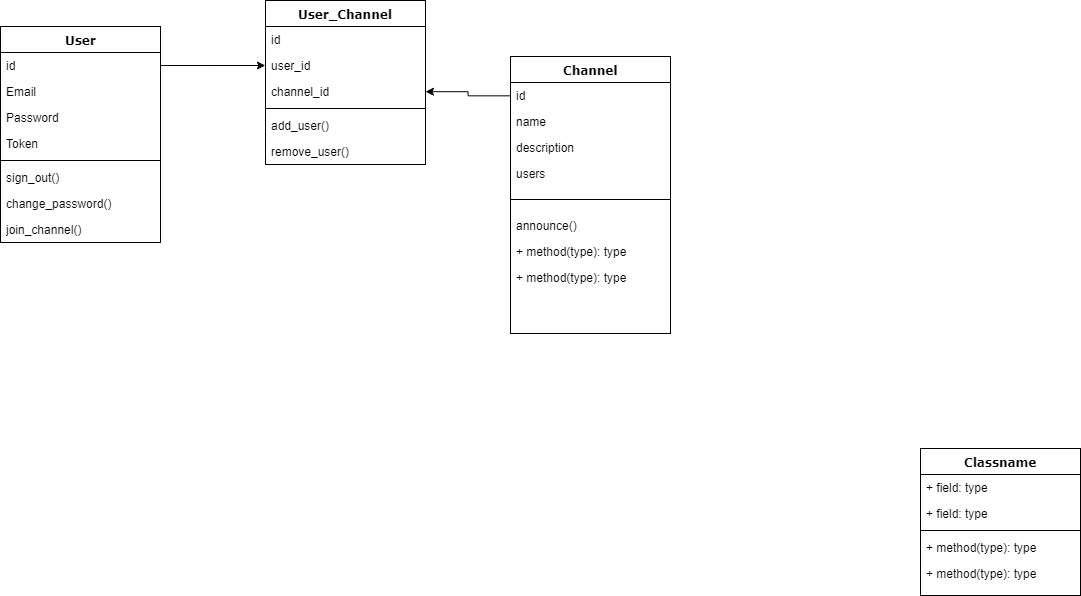
cymbiotica/slackish_backend keeps this draw.io diagram as Rails Backend-ERD.png. Above is the earlier version. Source tidied: cells renumbered, new cells last; positions are measured from the earlier drawing's top-left corner, leaving out a move shared by most shapes. The source it was exported from:
```xml
<mxGraphModel>
  <root>
    <mxCell id="0" />
    <mxCell id="1" parent="0" />
    <mxCell id="2" value="User" style="swimlane;html=1;fontStyle=1;align=center;verticalAlign=top;horizontal=1;startSize=26;swimlaneFillColor=#ffffff;rounded=0;shadow=0;comic=0;labelBackgroundColor=none;strokeColor=#000000;strokeWidth=1;fillColor=none;fontFamily=Verdana;fontSize=12;fontColor=#000000;" parent="1" vertex="1">
      <mxGeometry y="26" width="160" height="216" as="geometry" />
    </mxCell>
    <mxCell id="3" value="id&lt;br&gt;&lt;br&gt;" style="text;html=1;strokeColor=none;fillColor=none;align=left;verticalAlign=top;spacingLeft=4;spacingRight=4;whiteSpace=wrap;overflow=hidden;points=[[0,0.5],[1,0.5]];portConstraint=eastwest;" parent="2" vertex="1">
      <mxGeometry y="26" width="160" height="26" as="geometry" />
    </mxCell>
    <mxCell id="4" value="Email" style="text;html=1;strokeColor=none;fillColor=none;align=left;verticalAlign=top;spacingLeft=4;spacingRight=4;whiteSpace=wrap;overflow=hidden;" parent="2" vertex="1">
      <mxGeometry y="52" width="160" height="26" as="geometry" />
    </mxCell>
    <mxCell id="5" value="Password" style="text;html=1;strokeColor=none;fillColor=none;align=left;verticalAlign=top;spacingLeft=4;spacingRight=4;whiteSpace=wrap;overflow=hidden;" parent="2" vertex="1">
      <mxGeometry y="78" width="160" height="26" as="geometry" />
    </mxCell>
    <mxCell id="6" value="Token" style="text;html=1;strokeColor=none;fillColor=none;align=left;verticalAlign=top;spacingLeft=4;spacingRight=4;whiteSpace=wrap;overflow=hidden;" parent="2" vertex="1">
      <mxGeometry y="104" width="160" height="26" as="geometry" />
    </mxCell>
    <mxCell id="7" style="line;html=1;strokeWidth=1;fillColor=none;align=left;verticalAlign=middle;spacingTop=-1;spacingLeft=3;spacingRight=3;labelPosition=right;" parent="2" vertex="1">
      <mxGeometry y="130" width="160" height="8" as="geometry" />
    </mxCell>
    <mxCell id="8" value="sign_out()" style="text;html=1;strokeColor=none;fillColor=none;align=left;verticalAlign=top;spacingLeft=4;spacingRight=4;whiteSpace=wrap;overflow=hidden;" parent="2" vertex="1">
      <mxGeometry y="138" width="160" height="26" as="geometry" />
    </mxCell>
    <mxCell id="9" value="change_password()" style="text;html=1;strokeColor=none;fillColor=none;align=left;verticalAlign=top;spacingLeft=4;spacingRight=4;whiteSpace=wrap;overflow=hidden;" parent="2" vertex="1">
      <mxGeometry y="164" width="160" height="26" as="geometry" />
    </mxCell>
    <mxCell id="10" value="join_channel()" style="text;html=1;strokeColor=none;fillColor=none;align=left;verticalAlign=top;spacingLeft=4;spacingRight=4;whiteSpace=wrap;overflow=hidden;" parent="2" vertex="1">
      <mxGeometry y="190" width="160" height="26" as="geometry" />
    </mxCell>
    <mxCell id="11" value="Channel" style="swimlane;html=1;fontStyle=1;align=center;verticalAlign=top;horizontal=1;startSize=26;swimlaneFillColor=#ffffff;rounded=0;shadow=0;comic=0;labelBackgroundColor=none;strokeColor=#000000;strokeWidth=1;fillColor=none;fontFamily=Verdana;fontSize=12;fontColor=#000000;" parent="1" vertex="1">
      <mxGeometry x="510" y="56" width="160" height="277" as="geometry" />
    </mxCell>
    <mxCell id="12" value="id&lt;br&gt;&lt;br&gt;" style="text;html=1;strokeColor=none;fillColor=none;align=left;verticalAlign=top;spacingLeft=4;spacingRight=4;whiteSpace=wrap;overflow=hidden;points=[[0,0.5],[1,0.5]];portConstraint=eastwest;" parent="11" vertex="1">
      <mxGeometry y="26" width="160" height="26" as="geometry" />
    </mxCell>
    <mxCell id="13" value="name" style="text;html=1;strokeColor=none;fillColor=none;align=left;verticalAlign=top;spacingLeft=4;spacingRight=4;whiteSpace=wrap;overflow=hidden;" parent="11" vertex="1">
      <mxGeometry y="52" width="160" height="26" as="geometry" />
    </mxCell>
    <mxCell id="14" value="description" style="text;html=1;strokeColor=none;fillColor=none;align=left;verticalAlign=top;spacingLeft=4;spacingRight=4;whiteSpace=wrap;overflow=hidden;" parent="11" vertex="1">
      <mxGeometry y="78" width="160" height="26" as="geometry" />
    </mxCell>
    <mxCell id="15" value="users" style="text;html=1;strokeColor=none;fillColor=none;align=left;verticalAlign=top;spacingLeft=4;spacingRight=4;whiteSpace=wrap;overflow=hidden;" parent="11" vertex="1">
      <mxGeometry y="104" width="160" height="26" as="geometry" />
    </mxCell>
    <mxCell id="16" style="line;html=1;strokeWidth=1;fillColor=none;align=left;verticalAlign=middle;spacingTop=-1;spacingLeft=3;spacingRight=3;labelPosition=right;" parent="11" vertex="1">
      <mxGeometry y="130" width="160" height="26" as="geometry" />
    </mxCell>
    <mxCell id="17" value="announce()&lt;br&gt;&lt;br&gt;" style="text;html=1;strokeColor=none;fillColor=none;align=left;verticalAlign=top;spacingLeft=4;spacingRight=4;whiteSpace=wrap;overflow=hidden;" parent="11" vertex="1">
      <mxGeometry y="156" width="160" height="26" as="geometry" />
    </mxCell>
    <mxCell id="18" value="+ method(type): type" style="text;html=1;strokeColor=none;fillColor=none;align=left;verticalAlign=top;spacingLeft=4;spacingRight=4;whiteSpace=wrap;overflow=hidden;" parent="11" vertex="1">
      <mxGeometry y="182" width="160" height="26" as="geometry" />
    </mxCell>
    <mxCell id="19" value="+ method(type): type" style="text;html=1;strokeColor=none;fillColor=none;align=left;verticalAlign=top;spacingLeft=4;spacingRight=4;whiteSpace=wrap;overflow=hidden;" parent="11" vertex="1">
      <mxGeometry y="208" width="160" height="26" as="geometry" />
    </mxCell>
    <mxCell id="20" value="Classname" style="swimlane;html=1;fontStyle=1;align=center;verticalAlign=top;horizontal=1;startSize=26;swimlaneFillColor=#ffffff;rounded=0;shadow=0;comic=0;labelBackgroundColor=none;strokeColor=#000000;strokeWidth=1;fillColor=none;fontFamily=Verdana;fontSize=12;fontColor=#000000;" parent="1" vertex="1">
      <mxGeometry x="920" y="448" width="160" height="147" as="geometry" />
    </mxCell>
    <mxCell id="21" value="+ field: type" style="text;html=1;strokeColor=none;fillColor=none;align=left;verticalAlign=top;spacingLeft=4;spacingRight=4;whiteSpace=wrap;overflow=hidden;" parent="20" vertex="1">
      <mxGeometry y="26" width="160" height="26" as="geometry" />
    </mxCell>
    <mxCell id="22" value="+ field: type" style="text;html=1;strokeColor=none;fillColor=none;align=left;verticalAlign=top;spacingLeft=4;spacingRight=4;whiteSpace=wrap;overflow=hidden;" parent="20" vertex="1">
      <mxGeometry y="52" width="160" height="26" as="geometry" />
    </mxCell>
    <mxCell id="23" style="line;html=1;strokeWidth=1;fillColor=none;align=left;verticalAlign=middle;spacingTop=-1;spacingLeft=3;spacingRight=3;labelPosition=right;" parent="20" vertex="1">
      <mxGeometry y="78" width="160" height="8" as="geometry" />
    </mxCell>
    <mxCell id="24" value="+ method(type): type" style="text;html=1;strokeColor=none;fillColor=none;align=left;verticalAlign=top;spacingLeft=4;spacingRight=4;whiteSpace=wrap;overflow=hidden;" parent="20" vertex="1">
      <mxGeometry y="86" width="160" height="26" as="geometry" />
    </mxCell>
    <mxCell id="25" value="+ method(type): type" style="text;html=1;strokeColor=none;fillColor=none;align=left;verticalAlign=top;spacingLeft=4;spacingRight=4;whiteSpace=wrap;overflow=hidden;" parent="20" vertex="1">
      <mxGeometry y="112" width="160" height="26" as="geometry" />
    </mxCell>
    <mxCell id="26" value="User_Channel" style="swimlane;html=1;fontStyle=1;align=center;verticalAlign=top;horizontal=1;startSize=26;swimlaneFillColor=#ffffff;rounded=0;shadow=0;comic=0;labelBackgroundColor=none;strokeColor=#000000;strokeWidth=1;fillColor=none;fontFamily=Verdana;fontSize=12;fontColor=#000000;" parent="1" vertex="1">
      <mxGeometry x="265" width="160" height="164" as="geometry" />
    </mxCell>
    <mxCell id="27" value="id&lt;br&gt;&lt;br&gt;" style="text;html=1;strokeColor=none;fillColor=none;align=left;verticalAlign=top;spacingLeft=4;spacingRight=4;whiteSpace=wrap;overflow=hidden;" parent="26" vertex="1">
      <mxGeometry y="26" width="160" height="26" as="geometry" />
    </mxCell>
    <mxCell id="28" value="user_id" style="text;html=1;strokeColor=none;fillColor=none;align=left;verticalAlign=top;spacingLeft=4;spacingRight=4;whiteSpace=wrap;overflow=hidden;points=[[0,0.5],[1,0.5]];portConstraint=eastwest;" parent="26" vertex="1">
      <mxGeometry y="52" width="160" height="26" as="geometry" />
    </mxCell>
    <mxCell id="29" value="channel_id" style="text;html=1;strokeColor=none;fillColor=none;align=left;verticalAlign=top;spacingLeft=4;spacingRight=4;whiteSpace=wrap;overflow=hidden;points=[[0,0.5],[1,0.5]];portConstraint=eastwest;" parent="26" vertex="1">
      <mxGeometry y="78" width="160" height="26" as="geometry" />
    </mxCell>
    <mxCell id="30" style="line;html=1;strokeWidth=1;fillColor=none;align=left;verticalAlign=middle;spacingTop=-1;spacingLeft=3;spacingRight=3;labelPosition=right;" parent="26" vertex="1">
      <mxGeometry y="104" width="160" height="8" as="geometry" />
    </mxCell>
    <mxCell id="31" value="add_user()" style="text;html=1;strokeColor=none;fillColor=none;align=left;verticalAlign=top;spacingLeft=4;spacingRight=4;whiteSpace=wrap;overflow=hidden;" parent="26" vertex="1">
      <mxGeometry y="112" width="160" height="26" as="geometry" />
    </mxCell>
    <mxCell id="32" value="remove_user()" style="text;html=1;strokeColor=none;fillColor=none;align=left;verticalAlign=top;spacingLeft=4;spacingRight=4;whiteSpace=wrap;overflow=hidden;" parent="26" vertex="1">
      <mxGeometry y="138" width="160" height="26" as="geometry" />
    </mxCell>
    <mxCell id="33" style="edgeStyle=orthogonalEdgeStyle;rounded=0;html=1;entryX=0;entryY=0.5;jettySize=auto;" parent="1" edge="1" source="3" target="28">
      <mxGeometry relative="1" as="geometry" />
    </mxCell>
    <mxCell id="34" style="edgeStyle=orthogonalEdgeStyle;rounded=0;html=1;jettySize=auto;" parent="1" edge="1" source="12" target="29">
      <mxGeometry relative="1" as="geometry" />
    </mxCell>
  </root>
</mxGraphModel>
```
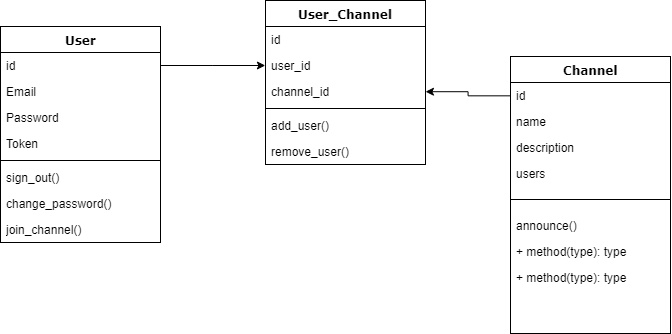
Later version of the same file.

The edit, as a diff of the source:
```diff
@@ -56,24 +56,6 @@
     <mxCell id="19" value="+ method(type): type" style="text;html=1;strokeColor=none;fillColor=none;align=left;verticalAlign=top;spacingLeft=4;spacingRight=4;whiteSpace=wrap;overflow=hidden;" parent="11" vertex="1">
       <mxGeometry y="208" width="160" height="26" as="geometry" />
     </mxCell>
-    <mxCell id="20" value="Classname" style="swimlane;html=1;fontStyle=1;align=center;verticalAlign=top;horizontal=1;startSize=26;swimlaneFillColor=#ffffff;rounded=0;shadow=0;comic=0;labelBackgroundColor=none;strokeColor=#000000;strokeWidth=1;fillColor=none;fontFamily=Verdana;fontSize=12;fontColor=#000000;" parent="1" vertex="1">
-      <mxGeometry x="920" y="448" width="160" height="147" as="geometry" />
-    </mxCell>
-    <mxCell id="21" value="+ field: type" style="text;html=1;strokeColor=none;fillColor=none;align=left;verticalAlign=top;spacingLeft=4;spacingRight=4;whiteSpace=wrap;overflow=hidden;" parent="20" vertex="1">
-      <mxGeometry y="26" width="160" height="26" as="geometry" />
-    </mxCell>
-    <mxCell id="22" value="+ field: type" style="text;html=1;strokeColor=none;fillColor=none;align=left;verticalAlign=top;spacingLeft=4;spacingRight=4;whiteSpace=wrap;overflow=hidden;" parent="20" vertex="1">
-      <mxGeometry y="52" width="160" height="26" as="geometry" />
-    </mxCell>
-    <mxCell id="23" style="line;html=1;strokeWidth=1;fillColor=none;align=left;verticalAlign=middle;spacingTop=-1;spacingLeft=3;spacingRight=3;labelPosition=right;" parent="20" vertex="1">
-      <mxGeometry y="78" width="160" height="8" as="geometry" />
-    </mxCell>
-    <mxCell id="24" value="+ method(type): type" style="text;html=1;strokeColor=none;fillColor=none;align=left;verticalAlign=top;spacingLeft=4;spacingRight=4;whiteSpace=wrap;overflow=hidden;" parent="20" vertex="1">
-      <mxGeometry y="86" width="160" height="26" as="geometry" />
-    </mxCell>
-    <mxCell id="25" value="+ method(type): type" style="text;html=1;strokeColor=none;fillColor=none;align=left;verticalAlign=top;spacingLeft=4;spacingRight=4;whiteSpace=wrap;overflow=hidden;" parent="20" vertex="1">
-      <mxGeometry y="112" width="160" height="26" as="geometry" />
-    </mxCell>
     <mxCell id="26" value="User_Channel" style="swimlane;html=1;fontStyle=1;align=center;verticalAlign=top;horizontal=1;startSize=26;swimlaneFillColor=#ffffff;rounded=0;shadow=0;comic=0;labelBackgroundColor=none;strokeColor=#000000;strokeWidth=1;fillColor=none;fontFamily=Verdana;fontSize=12;fontColor=#000000;" parent="1" vertex="1">
       <mxGeometry x="265" width="160" height="164" as="geometry" />
     </mxCell>
```
